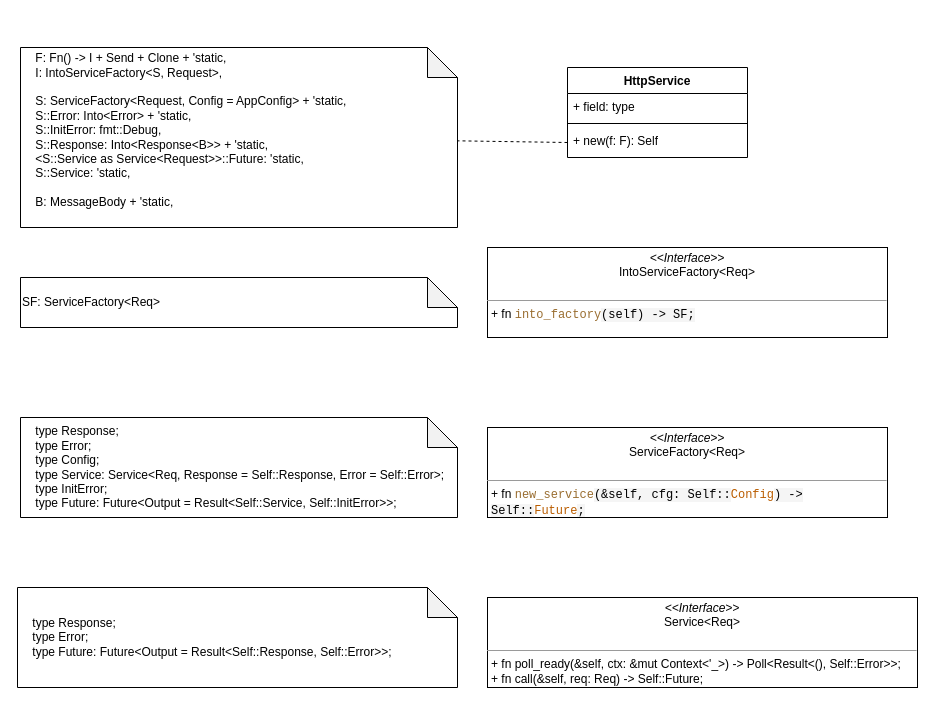
Above: actix-web.drawio in xiayulu/models (draw.io), before the change. Source tidied: cells renumbered, new cells numbered last; positions are measured from the earlier drawing's top-left corner, leaving out a move shared by most shapes. Both pictures are drawn from the tidied source at 100%, with x=0, y=0 at pixel (17, 47).
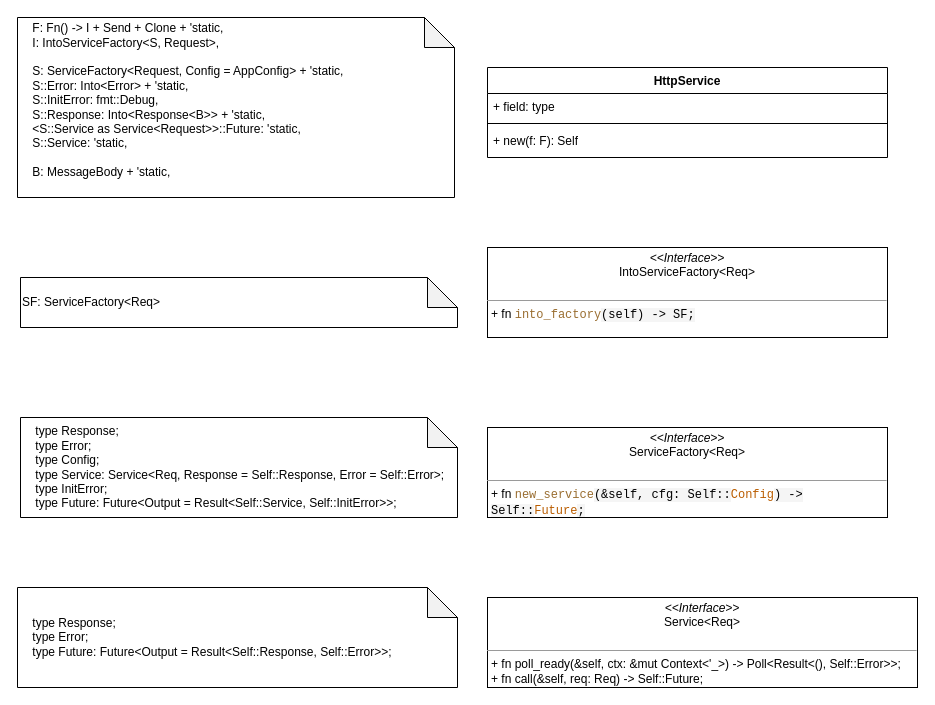
Above is the later version.

The edit, as a diff of the source:
```diff
@@
 <mxGraphModel>
   <root>
     <mxCell id="0" />
     <mxCell id="1" parent="0" />
     <mxCell id="2" value="HttpService" style="swimlane;fontStyle=1;align=center;verticalAlign=top;horizontal=1;startSize=26;whiteSpace=wrap;html=1;" parent="1" vertex="1">
-      <mxGeometry x="550" y="20" width="180" height="90" as="geometry" />
+      <mxGeometry x="470" y="20" width="400" height="90" as="geometry" />
     </mxCell>
     <mxCell id="3" value="+ field: type" style="text;strokeColor=none;fillColor=none;align=left;verticalAlign=top;spacingLeft=4;spacingRight=4;overflow=hidden;whiteSpace=wrap;html=1;" parent="2" vertex="1">
-      <mxGeometry y="26" width="180" height="26" as="geometry" />
+      <mxGeometry y="26" width="400" height="26" as="geometry" />
     </mxCell>
     <mxCell id="4" style="line;strokeWidth=1;fillColor=none;align=left;verticalAlign=middle;spacingTop=-1;spacingLeft=3;spacingRight=3;labelPosition=right;strokeColor=inherit;" parent="2" vertex="1">
-      <mxGeometry y="52" width="180" height="8" as="geometry" />
+      <mxGeometry y="52" width="400" height="8" as="geometry" />
     </mxCell>
     <mxCell id="5" value="+ new(f: F): Self" style="text;strokeColor=none;fillColor=none;align=left;verticalAlign=top;spacingLeft=4;spacingRight=4;overflow=hidden;points=[[0,0.5],[1,0.5]];portConstraint=eastwest;whiteSpace=wrap;html=1;" parent="2" vertex="1">
-      <mxGeometry y="60" width="180" height="30" as="geometry" />
+      <mxGeometry y="60" width="400" height="30" as="geometry" />
     </mxCell>
     <mxCell id="6" value="&lt;div&gt;&amp;nbsp; &amp;nbsp; F: Fn() -&amp;gt; I + Send + Clone + 'static,&lt;/div&gt;&lt;div&gt;&amp;nbsp; &amp;nbsp; I: IntoServiceFactory&amp;lt;S, Request&amp;gt;,&lt;/div&gt;&lt;div&gt;&lt;br&gt;&lt;/div&gt;&lt;div&gt;&amp;nbsp; &amp;nbsp; S: ServiceFactory&amp;lt;Request, Config = AppConfig&amp;gt; + 'static,&lt;/div&gt;&lt;div&gt;&amp;nbsp; &amp;nbsp; S::Error: Into&amp;lt;Error&amp;gt; + 'static,&lt;/div&gt;&lt;div&gt;&amp;nbsp; &amp;nbsp; S::InitError: fmt::Debug,&lt;/div&gt;&lt;div&gt;&amp;nbsp; &amp;nbsp; S::Response: Into&amp;lt;Response&amp;lt;B&amp;gt;&amp;gt; + 'static,&lt;/div&gt;&lt;div&gt;&amp;nbsp; &amp;nbsp; &amp;lt;S::Service as Service&amp;lt;Request&amp;gt;&amp;gt;::Future: 'static,&lt;/div&gt;&lt;div&gt;&amp;nbsp; &amp;nbsp; S::Service: 'static,&lt;/div&gt;&lt;div&gt;&lt;br&gt;&lt;/div&gt;&lt;div&gt;&amp;nbsp; &amp;nbsp; B: MessageBody + 'static,&lt;/div&gt;&lt;div&gt;&lt;br&gt;&lt;/div&gt;" style="shape=note;whiteSpace=wrap;html=1;backgroundOutline=1;darkOpacity=0.05;align=left;" parent="1" vertex="1">
-      <mxGeometry x="3" width="437" height="180" as="geometry" />
+      <mxGeometry y="-30" width="437" height="180" as="geometry" />
     </mxCell>
-    <mxCell id="7" style="rounded=0;jettySize=auto;html=1;exitX=0;exitY=0.5;exitDx=0;exitDy=0;dashed=1;endArrow=none;endFill=0;" parent="1" edge="1" source="5" target="6">
-      <mxGeometry relative="1" as="geometry" />
-    </mxCell>
     <mxCell id="8" value="&lt;p style=&quot;margin:0px;margin-top:4px;text-align:center;&quot;&gt;&lt;i&gt;&amp;lt;&amp;lt;Interface&amp;gt;&amp;gt;&lt;/i&gt;&lt;br&gt;ServiceFactory&amp;lt;Req&amp;gt;&lt;br&gt;&lt;/p&gt;&lt;p style=&quot;margin:0px;margin-left:4px;&quot;&gt;&lt;br&gt;&lt;/p&gt;&lt;hr size=&quot;1&quot;&gt;&lt;p style=&quot;margin:0px;margin-left:4px;&quot;&gt;+ fn &lt;a style=&quot;font-family: &amp;quot;Source Code Pro&amp;quot;, monospace; font-size: 1em; background: transparent; box-sizing: border-box; text-decoration-line: none; color: rgb(154, 110, 49);&quot; class=&quot;fnname&quot; href=&quot;https://docs.rs/actix-service/latest/actix_service/trait.ServiceFactory.html#tymethod.new_service&quot;&gt;new_service&lt;/a&gt;&lt;span style=&quot;font-family: &amp;quot;Source Code Pro&amp;quot;, monospace; font-size: 1em; background-color: rgb(245, 245, 245);&quot;&gt;(&amp;amp;self, cfg: Self::&lt;/span&gt;&lt;a style=&quot;font-family: &amp;quot;Source Code Pro&amp;quot;, monospace; font-size: 1em; background: transparent; box-sizing: border-box; text-decoration-line: none; color: rgb(186, 93, 0);&quot; title=&quot;type actix_service::ServiceFactory::Config&quot; href=&quot;https://docs.rs/actix-service/latest/actix_service/trait.ServiceFactory.html#associatedtype.Config&quot; class=&quot;type&quot;&gt;Config&lt;/a&gt;&lt;span style=&quot;font-family: &amp;quot;Source Code Pro&amp;quot;, monospace; font-size: 1em; background-color: rgb(245, 245, 245);&quot;&gt;) -&amp;gt; Self::&lt;/span&gt;&lt;a style=&quot;font-family: &amp;quot;Source Code Pro&amp;quot;, monospace; font-size: 1em; background: transparent; box-sizing: border-box; text-decoration-line: none; color: rgb(186, 93, 0);&quot; title=&quot;type actix_service::ServiceFactory::Future&quot; href=&quot;https://docs.rs/actix-service/latest/actix_service/trait.ServiceFactory.html#associatedtype.Future&quot; class=&quot;type&quot;&gt;Future&lt;/a&gt;&lt;span style=&quot;font-family: &amp;quot;Source Code Pro&amp;quot;, monospace; font-size: 1em; background-color: rgb(245, 245, 245);&quot;&gt;;&lt;/span&gt;&lt;/p&gt;" style="verticalAlign=top;align=left;overflow=fill;fontSize=12;fontFamily=Helvetica;html=1;whiteSpace=wrap;" parent="1" vertex="1">
       <mxGeometry x="470" y="380" width="400" height="90" as="geometry" />
     </mxCell>
     <mxCell id="9" value="&lt;div&gt;&lt;div&gt;&amp;nbsp; &amp;nbsp; type Response;&lt;/div&gt;&lt;div&gt;&amp;nbsp; &amp;nbsp; type Error;&lt;/div&gt;&lt;div&gt;&amp;nbsp; &amp;nbsp; type Config;&lt;/div&gt;&lt;div&gt;&amp;nbsp; &amp;nbsp; type Service: Service&amp;lt;Req, Response = Self::Response, Error = Self::Error&amp;gt;;&lt;/div&gt;&lt;div&gt;&amp;nbsp; &amp;nbsp; type InitError;&lt;/div&gt;&lt;div&gt;&amp;nbsp; &amp;nbsp; type Future: Future&amp;lt;Output = Result&amp;lt;Self::Service, Self::InitError&amp;gt;&amp;gt;;&lt;/div&gt;&lt;/div&gt;" style="shape=note;whiteSpace=wrap;html=1;backgroundOutline=1;darkOpacity=0.05;align=left;" parent="1" vertex="1">
       <mxGeometry x="3" y="370" width="437" height="100" as="geometry" />
     </mxCell>
     <mxCell id="10" value="&lt;p style=&quot;margin:0px;margin-top:4px;text-align:center;&quot;&gt;&lt;i&gt;&amp;lt;&amp;lt;Interface&amp;gt;&amp;gt;&lt;/i&gt;&lt;br&gt;IntoServiceFactory&amp;lt;Req&amp;gt;&lt;br&gt;&lt;/p&gt;&lt;p style=&quot;margin:0px;margin-left:4px;&quot;&gt;&lt;br&gt;&lt;/p&gt;&lt;hr size=&quot;1&quot;&gt;&lt;p style=&quot;margin:0px;margin-left:4px;&quot;&gt;+&amp;nbsp;fn &lt;a style=&quot;font-family: &amp;quot;Source Code Pro&amp;quot;, monospace; font-size: 1em; background: transparent; box-sizing: border-box; text-decoration-line: none; color: rgb(154, 110, 49);&quot; class=&quot;fnname&quot; href=&quot;https://docs.rs/actix-service/2.0.2/actix_service/trait.IntoServiceFactory.html#tymethod.into_factory&quot;&gt;into_factory&lt;/a&gt;&lt;span style=&quot;font-family: &amp;quot;Source Code Pro&amp;quot;, monospace; font-size: 1em; background-color: rgb(245, 245, 245);&quot;&gt;(self) -&amp;gt; SF;&lt;/span&gt;&lt;/p&gt;" style="verticalAlign=top;align=left;overflow=fill;fontSize=12;fontFamily=Helvetica;html=1;whiteSpace=wrap;" parent="1" vertex="1">
       <mxGeometry x="470" y="200" width="400" height="90" as="geometry" />
     </mxCell>
     <mxCell id="11" value="SF: ServiceFactory&amp;lt;Req&amp;gt;" style="shape=note;whiteSpace=wrap;html=1;backgroundOutline=1;darkOpacity=0.05;align=left;" parent="1" vertex="1">
       <mxGeometry x="3" y="230" width="437" height="50" as="geometry" />
     </mxCell>
     <mxCell id="12" value="&lt;p style=&quot;margin:0px;margin-top:4px;text-align:center;&quot;&gt;&lt;i&gt;&amp;lt;&amp;lt;Interface&amp;gt;&amp;gt;&lt;/i&gt;&lt;br&gt;Service&amp;lt;Req&amp;gt;&lt;br&gt;&lt;/p&gt;&lt;p style=&quot;margin:0px;margin-left:4px;&quot;&gt;&lt;br&gt;&lt;/p&gt;&lt;hr size=&quot;1&quot;&gt;&lt;p style=&quot;margin:0px;margin-left:4px;&quot;&gt;+&amp;nbsp;fn poll_ready(&amp;amp;self, ctx: &amp;amp;mut Context&amp;lt;'_&amp;gt;) -&amp;gt; Poll&amp;lt;Result&amp;lt;(), Self::Error&amp;gt;&amp;gt;;&lt;/p&gt;&lt;p style=&quot;margin:0px;margin-left:4px;&quot;&gt;+ fn call(&amp;amp;self, req: Req) -&amp;gt; Self::Future;&lt;/p&gt;" style="verticalAlign=top;align=left;overflow=fill;fontSize=12;fontFamily=Helvetica;html=1;whiteSpace=wrap;" parent="1" vertex="1">
       <mxGeometry x="470" y="550" width="430" height="90" as="geometry" />
     </mxCell>
     <mxCell id="13" value="&lt;div&gt;&amp;nbsp; &amp;nbsp; type Response;&lt;/div&gt;&lt;div&gt;&amp;nbsp; &amp;nbsp; type Error;&lt;/div&gt;&lt;div&gt;&amp;nbsp; &amp;nbsp; type Future: Future&amp;lt;Output = Result&amp;lt;Self::Response, Self::Error&amp;gt;&amp;gt;;&lt;/div&gt;" style="shape=note;whiteSpace=wrap;html=1;backgroundOutline=1;darkOpacity=0.05;align=left;" parent="1" vertex="1">
       <mxGeometry y="540" width="440" height="100" as="geometry" />
     </mxCell>
   </root>
 </mxGraphModel>
```
